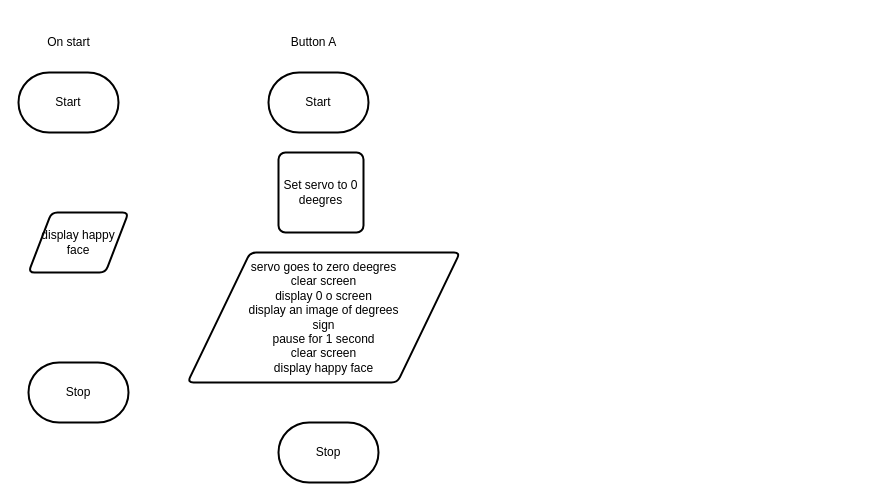
Before: design/flowchart.drawio in MTHS-TEJ2O-1-2023/TEJ2O-Unit-5-07-michael-bruneau, a draw.io diagram. Source tidied: cells renumbered, new cells numbered last; positions are measured from the earlier drawing's top-left corner, leaving out a move shared by most shapes. Both pictures are drawn from the tidied source at 100%, with x=0, y=0 at pixel (18, 27).
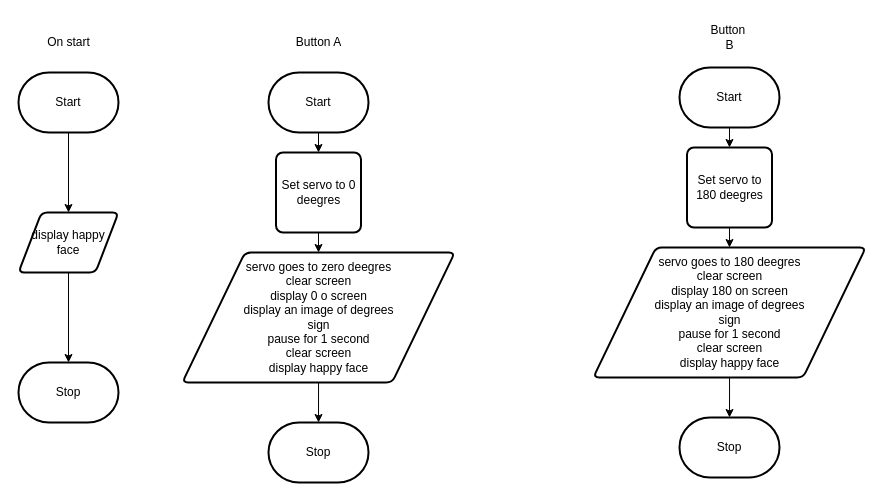
The same diagram, later.

The change refers to these unchanged cells:
```xml
<mxCell id="2" value="Start" style="strokeWidth=2;html=1;shape=mxgraph.flowchart.terminator;whiteSpace=wrap;" parent="1" vertex="1">
  <mxGeometry y="45" width="100" height="60" as="geometry" />
</mxCell>
<mxCell id="5" value="Start" style="strokeWidth=2;html=1;shape=mxgraph.flowchart.terminator;whiteSpace=wrap;" parent="1" vertex="1">
  <mxGeometry x="250" y="45" width="100" height="60" as="geometry" />
</mxCell>
```

Change to the diagram source:
```diff
@@
+    <mxCell id="11" style="edgeStyle=none;html=1;exitX=0.5;exitY=1;exitDx=0;exitDy=0;exitPerimeter=0;entryX=0.5;entryY=0;entryDx=0;entryDy=0;" parent="1" edge="1" source="2" target="4">
+      <mxGeometry relative="1" as="geometry" />
+    </mxCell>
@@
     <mxCell id="3" value="Stop" style="strokeWidth=2;html=1;shape=mxgraph.flowchart.terminator;whiteSpace=wrap;" parent="1" vertex="1">
-      <mxGeometry x="10" y="335" width="100" height="60" as="geometry" />
+      <mxGeometry y="335" width="100" height="60" as="geometry" />
     </mxCell>
+    <mxCell id="12" style="edgeStyle=none;html=1;exitX=0.5;exitY=1;exitDx=0;exitDy=0;" parent="1" edge="1" source="4" target="3">
+      <mxGeometry relative="1" as="geometry" />
+    </mxCell>
     <mxCell id="4" value="display happy face" style="shape=parallelogram;html=1;strokeWidth=2;perimeter=parallelogramPerimeter;whiteSpace=wrap;rounded=1;arcSize=12;size=0.23;" parent="1" vertex="1">
-      <mxGeometry x="10" y="185" width="100" height="60" as="geometry" />
+      <mxGeometry y="185" width="100" height="60" as="geometry" />
     </mxCell>
+    <mxCell id="13" style="edgeStyle=none;html=1;exitX=0.5;exitY=1;exitDx=0;exitDy=0;exitPerimeter=0;" parent="1" edge="1" source="5" target="9">
+      <mxGeometry relative="1" as="geometry" />
+    </mxCell>
@@
     <mxCell id="6" value="Stop" style="strokeWidth=2;html=1;shape=mxgraph.flowchart.terminator;whiteSpace=wrap;" parent="1" vertex="1">
-      <mxGeometry x="260" y="395" width="100" height="60" as="geometry" />
+      <mxGeometry x="250" y="395" width="100" height="60" as="geometry" />
     </mxCell>
@@
     <mxCell id="8" value="Button A" style="text;html=1;align=center;verticalAlign=middle;strokeColor=none;fillColor=none;" parent="1" vertex="1">
-      <mxGeometry x="260" width="70" height="30" as="geometry" />
+      <mxGeometry x="265" width="70" height="30" as="geometry" />
     </mxCell>
+    <mxCell id="14" style="edgeStyle=none;html=1;exitX=0.5;exitY=1;exitDx=0;exitDy=0;" parent="1" edge="1" source="9" target="10">
+      <mxGeometry relative="1" as="geometry" />
+    </mxCell>
     <mxCell id="9" value="Set servo to 0 deegres" style="rounded=1;whiteSpace=wrap;html=1;absoluteArcSize=1;arcSize=14;strokeWidth=2;" parent="1" vertex="1">
-      <mxGeometry x="260" y="125" width="85" height="80" as="geometry" />
+      <mxGeometry x="257.5" y="125" width="85" height="80" as="geometry" />
     </mxCell>
+    <mxCell id="15" style="edgeStyle=none;html=1;exitX=0.5;exitY=1;exitDx=0;exitDy=0;" parent="1" edge="1" source="10" target="6">
+      <mxGeometry relative="1" as="geometry" />
+    </mxCell>
     <mxCell id="10" value="servo goes to zero deegres&lt;br&gt;clear screen&lt;br&gt;display 0 o screen&lt;br&gt;display an image of degrees&lt;br&gt;sign&lt;br&gt;pause for 1 second&lt;br&gt;clear screen&lt;br&gt;display happy face" style="shape=parallelogram;html=1;strokeWidth=2;perimeter=parallelogramPerimeter;whiteSpace=wrap;rounded=1;arcSize=12;size=0.23;" parent="1" vertex="1">
-      <mxGeometry x="169" y="225" width="272.5" height="130" as="geometry" />
+      <mxGeometry x="163.8" y="225" width="272.5" height="130" as="geometry" />
     </mxCell>
+    <mxCell id="16" style="edgeStyle=none;html=1;exitX=0.5;exitY=1;exitDx=0;exitDy=0;exitPerimeter=0;" parent="1" edge="1" source="17" target="21">
+      <mxGeometry relative="1" as="geometry" />
+    </mxCell>
+    <mxCell id="17" value="Start" style="strokeWidth=2;html=1;shape=mxgraph.flowchart.terminator;whiteSpace=wrap;" parent="1" vertex="1">
+      <mxGeometry x="661" y="40" width="100" height="60" as="geometry" />
+    </mxCell>
+    <mxCell id="18" value="Stop" style="strokeWidth=2;html=1;shape=mxgraph.flowchart.terminator;whiteSpace=wrap;" parent="1" vertex="1">
+      <mxGeometry x="661" y="390" width="100" height="60" as="geometry" />
+    </mxCell>
+    <mxCell id="19" value="Button&amp;nbsp;&lt;br&gt;B" style="text;html=1;align=center;verticalAlign=middle;strokeColor=none;fillColor=none;" parent="1" vertex="1">
+      <mxGeometry x="681" y="-10" width="60" height="40" as="geometry" />
+    </mxCell>
+    <mxCell id="20" style="edgeStyle=none;html=1;exitX=0.5;exitY=1;exitDx=0;exitDy=0;" parent="1" edge="1" source="21" target="23">
+      <mxGeometry relative="1" as="geometry" />
+    </mxCell>
+    <mxCell id="21" value="Set servo to 180 deegres" style="rounded=1;whiteSpace=wrap;html=1;absoluteArcSize=1;arcSize=14;strokeWidth=2;" parent="1" vertex="1">
+      <mxGeometry x="668.5" y="120" width="85" height="80" as="geometry" />
+    </mxCell>
+    <mxCell id="22" style="edgeStyle=none;html=1;exitX=0.5;exitY=1;exitDx=0;exitDy=0;" parent="1" edge="1" source="23" target="18">
+      <mxGeometry relative="1" as="geometry" />
+    </mxCell>
+    <mxCell id="23" value="servo goes to 180 deegres&lt;br&gt;clear screen&lt;br&gt;display 180 on screen&lt;br&gt;display an image of degrees&lt;br&gt;sign&lt;br&gt;pause for 1 second&lt;br&gt;clear screen&lt;br&gt;display happy face" style="shape=parallelogram;html=1;strokeWidth=2;perimeter=parallelogramPerimeter;whiteSpace=wrap;rounded=1;arcSize=12;size=0.23;" parent="1" vertex="1">
+      <mxGeometry x="574.8" y="220" width="272.5" height="130" as="geometry" />
+    </mxCell>
```
